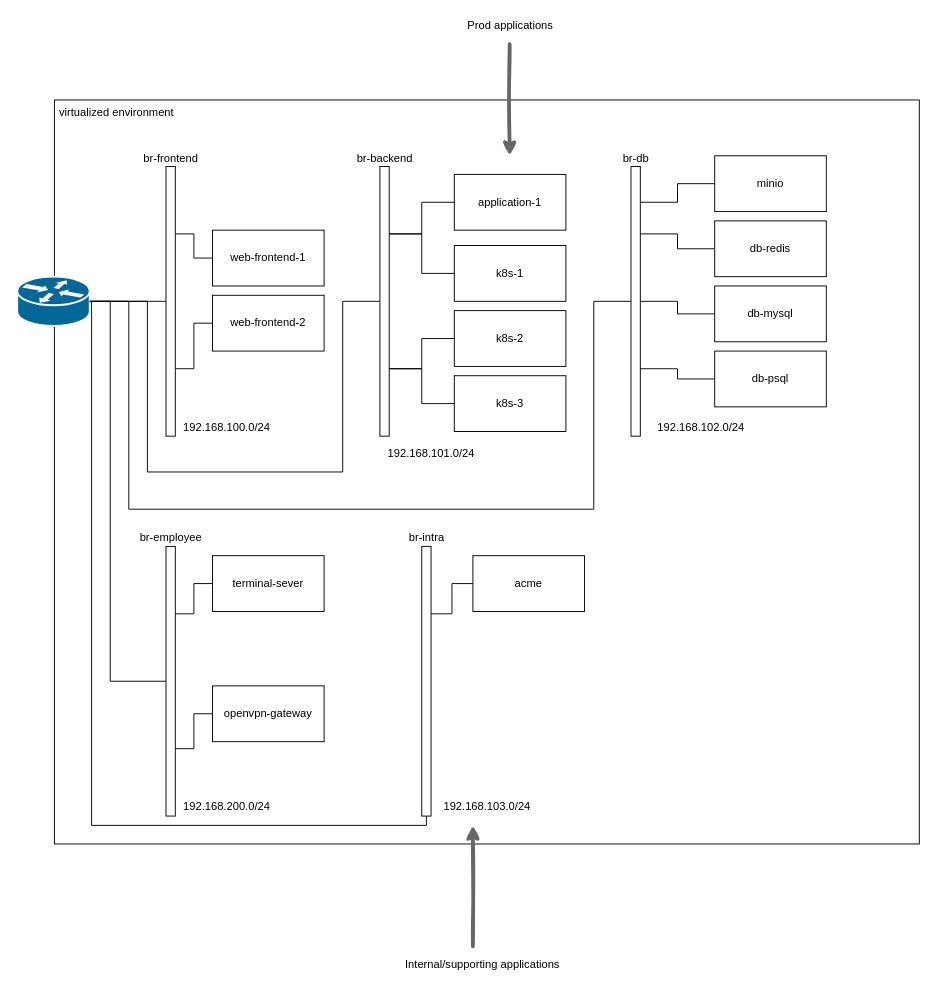
Earlier version of the draw.io diagram page "network" (1 of 2) of diagrams.drawio (marcsello/marcsellocorp-infra). Source tidied: cells renumbered, new cells numbered last; positions are measured from the earlier drawing's top-left corner, leaving out a move shared by most shapes. Both pictures are drawn from the tidied source at 93%, with x=0, y=0 at pixel (17, 16).
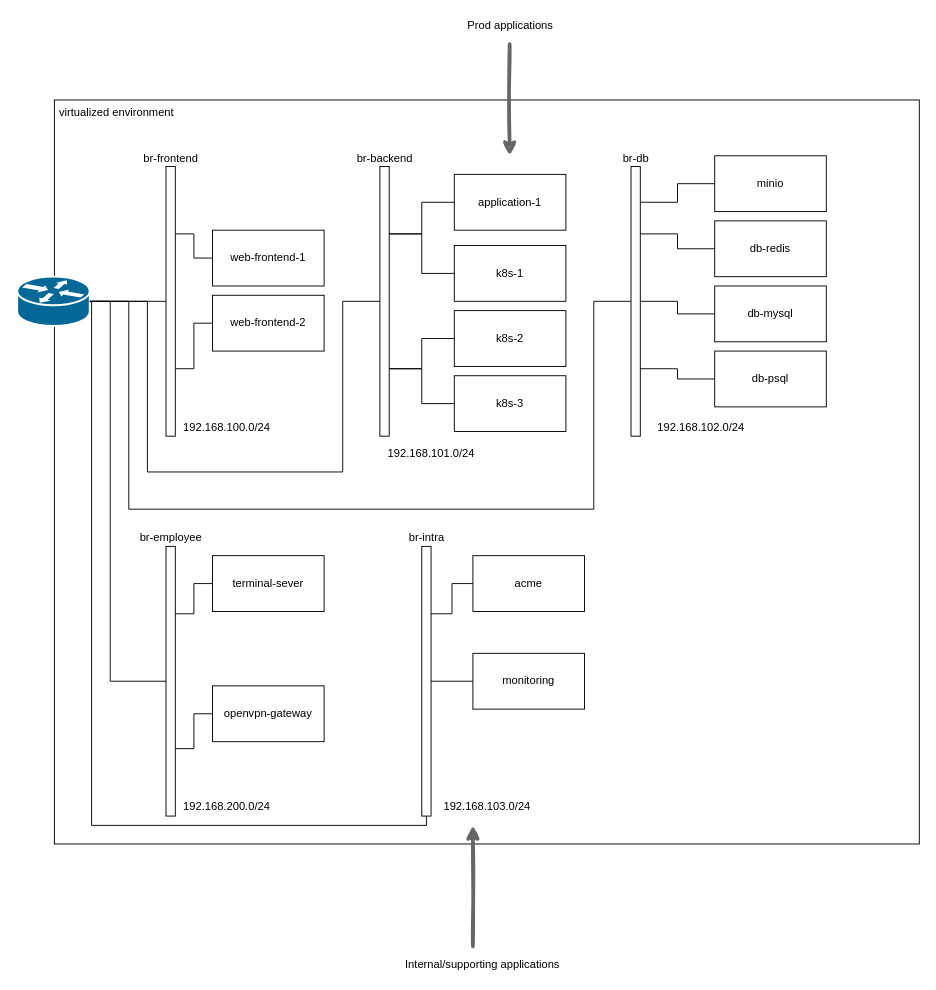
The same page after the edit.

Unchanged cells that the change refers to:
```xml
<mxCell id="41" value="br-intra" style="rounded=0;html=1;verticalAlign=bottom;labelPosition=center;verticalLabelPosition=top;align=center;" parent="1" vertex="1">
  <mxGeometry x="435" y="570" width="10" height="290" as="geometry" />
</mxCell>
```

Diff of the diagram source:
```diff
@@
+    <mxCell id="49" style="edgeStyle=none;html=1;entryX=1;entryY=0.5;entryDx=0;entryDy=0;endArrow=none;endFill=0;" parent="1" edge="1" source="50" target="41">
+      <mxGeometry relative="1" as="geometry" />
+    </mxCell>
+    <mxCell id="50" value="monitoring" style="rounded=0;whiteSpace=wrap;html=1;" parent="1" vertex="1">
+      <mxGeometry x="490" y="685" width="120" height="60" as="geometry" />
+    </mxCell>
```
